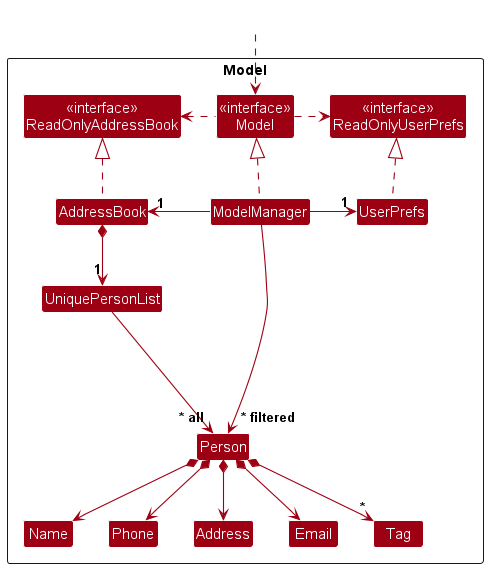
nus-cs2103-AY2324S2/tp keeps this PlantUML diagram as docs/images/ModelClassDiagram.png. Above is the earlier version.
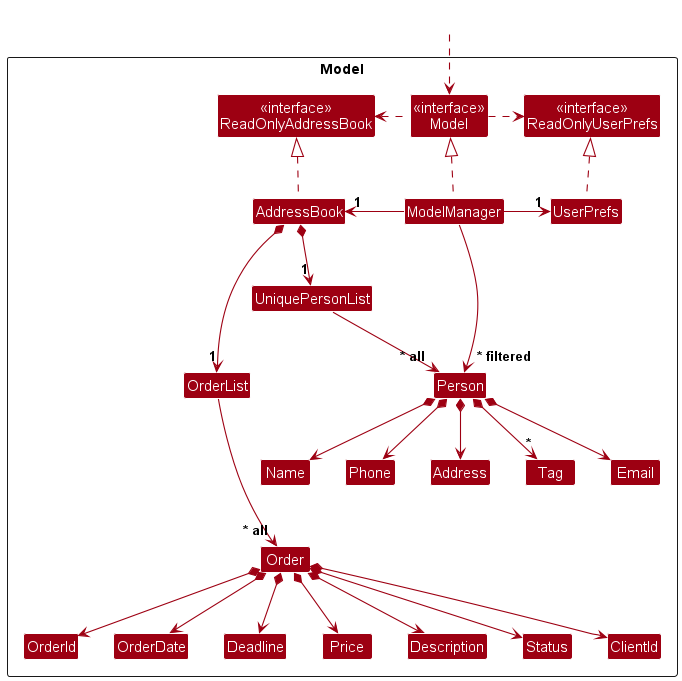
After the change.

What changed in the source:
```diff
@@ -19,6 +19,16 @@
 Class Name
 Class Phone
 Class Tag
+
+Class OrderList
+Class Order
+Class OrderId
+Class OrderDate
+Class Deadline
+Class Price
+Class Description
+Class Status
+Class ClientId
 
 Class I #FFFFFF
 }
@@ -43,12 +53,24 @@
 Person *--> Address
 Person *--> "*" Tag
 
-Person -[hidden]up--> I
 UniquePersonList -[hidden]right-> I
 
 Name -[hidden]right-> Phone
 Phone -[hidden]right-> Address
 Address -[hidden]right-> Email
 
+AddressBook *--> "1" OrderList
+
+
+OrderList --> "~* all" Order
+Order -[hidden]up->Name
+Order *--> OrderId
+Order *--> OrderDate
+Order *--> Deadline
+Order *--> Price
+Order *--> Description
+Order *--> Status
+Order *--> ClientId
+
 ModelManager --> "~* filtered" Person
 @enduml
```
